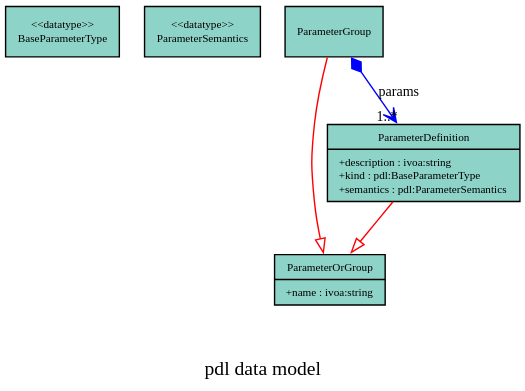
Above: generated/ParameterDM-v1.vo-dml.svg in pahjbo/ExecutionDM (PlantUML), before the change. Its source is kept beside it as generated/schema/ParameterDM-v1.vo-dml.tap.plantuml. The source it was exported from:
```plantuml
@startuml


skinparam linetype ortho

entity "pdl.ParameterOrGroup" as pdl.ParameterOrGroup {

    ID : BIGINT

---

    id : VARCHAR
id : VARCHAR
name : VARCHAR

---
      id : <<FK>>
id : <<FK>>

}

entity "pdl.ParameterDefinition" as pdl.ParameterDefinition {

    ID : BIGINT

---

    PARAMETERGROUP_ID : BIGINT
description : VARCHAR
kind : UNKNOWN
semantics : UNKNOWN

---
      PARAMETERGROUP_ID : BIGINT<<FK>>
ID : BIGINT<<FK>>

}

entity "pdl.ParameterGroup" as pdl.ParameterGroup {

    ID : BIGINT

---

    TOOLINTERFACE_ID : BIGINT

---
      TOOLINTERFACE_ID : <<FK>>
ID : BIGINT<<FK>>

}


        pdl.ParameterOrGroup }o--||tool.Tool
pdl.ParameterOrGroup }o--||tool.Tool
pdl.ParameterDefinition }o--||pdl.ParameterGroup
pdl.ParameterDefinition }o--||pdl.ParameterOrGroup
pdl.ParameterGroup }o--||tool.ToolInterface
pdl.ParameterGroup }o--||pdl.ParameterOrGroup



@enduml
```
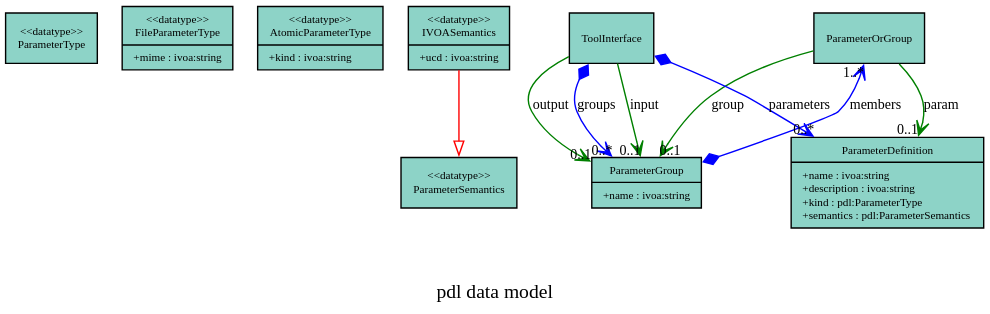
After the commit.

What changed in the source:
```diff
@@ -2,22 +2,6 @@
 
 
 skinparam linetype ortho
-
-entity "pdl.ParameterOrGroup" as pdl.ParameterOrGroup {
-
-    ID : BIGINT
-
----
-
-    id : VARCHAR
-id : VARCHAR
-name : VARCHAR
-
----
-      id : <<FK>>
-id : <<FK>>
-
-}
 
 entity "pdl.ParameterDefinition" as pdl.ParameterDefinition {
 
@@ -25,14 +9,14 @@
 
 ---
 
-    PARAMETERGROUP_ID : BIGINT
+    TOOLINTERFACE_ID : BIGINT
+name : VARCHAR
 description : VARCHAR
 kind : UNKNOWN
-semantics : UNKNOWN
+semantics_ucd : VARCHAR
 
 ---
-      PARAMETERGROUP_ID : BIGINT<<FK>>
-ID : BIGINT<<FK>>
+      TOOLINTERFACE_ID : BIGINT<<FK>>
 
 }
 
@@ -43,20 +27,53 @@
 ---
 
     TOOLINTERFACE_ID : BIGINT
+name : VARCHAR
 
 ---
-      TOOLINTERFACE_ID : <<FK>>
-ID : BIGINT<<FK>>
+      TOOLINTERFACE_ID : BIGINT<<FK>>
+
+}
+
+entity "pdl.ParameterOrGroup" as pdl.ParameterOrGroup {
+
+    ID : BIGINT
+
+---
+
+    PARAMETERGROUP_ID : BIGINT
+param : BIGINT
+group : BIGINT
+
+---
+      param : BIGINT<<FK>>
+group : BIGINT<<FK>>
+PARAMETERGROUP_ID : BIGINT<<FK>>
+
+}
+
+entity "pdl.ToolInterface" as pdl.ToolInterface {
+
+    ID : BIGINT
+
+---
+
+    input : BIGINT
+output : BIGINT
+
+---
+      input : BIGINT<<FK>>
+output : BIGINT<<FK>>
 
 }
 
 
-        pdl.ParameterOrGroup }o--||tool.Tool
-pdl.ParameterOrGroup }o--||tool.Tool
-pdl.ParameterDefinition }o--||pdl.ParameterGroup
-pdl.ParameterDefinition }o--||pdl.ParameterOrGroup
-pdl.ParameterGroup }o--||tool.ToolInterface
-pdl.ParameterGroup }o--||pdl.ParameterOrGroup
+        pdl.ParameterDefinition }o--||pdl.ToolInterface
+pdl.ParameterGroup }o--||pdl.ToolInterface
+pdl.ParameterOrGroup }o--||pdl.ParameterDefinition
+pdl.ParameterOrGroup }o--||pdl.ParameterGroup
+pdl.ParameterOrGroup }o--||pdl.ParameterGroup
+pdl.ToolInterface }o--||pdl.ParameterGroup
+pdl.ToolInterface }o--||pdl.ParameterGroup
 
 
 
```
